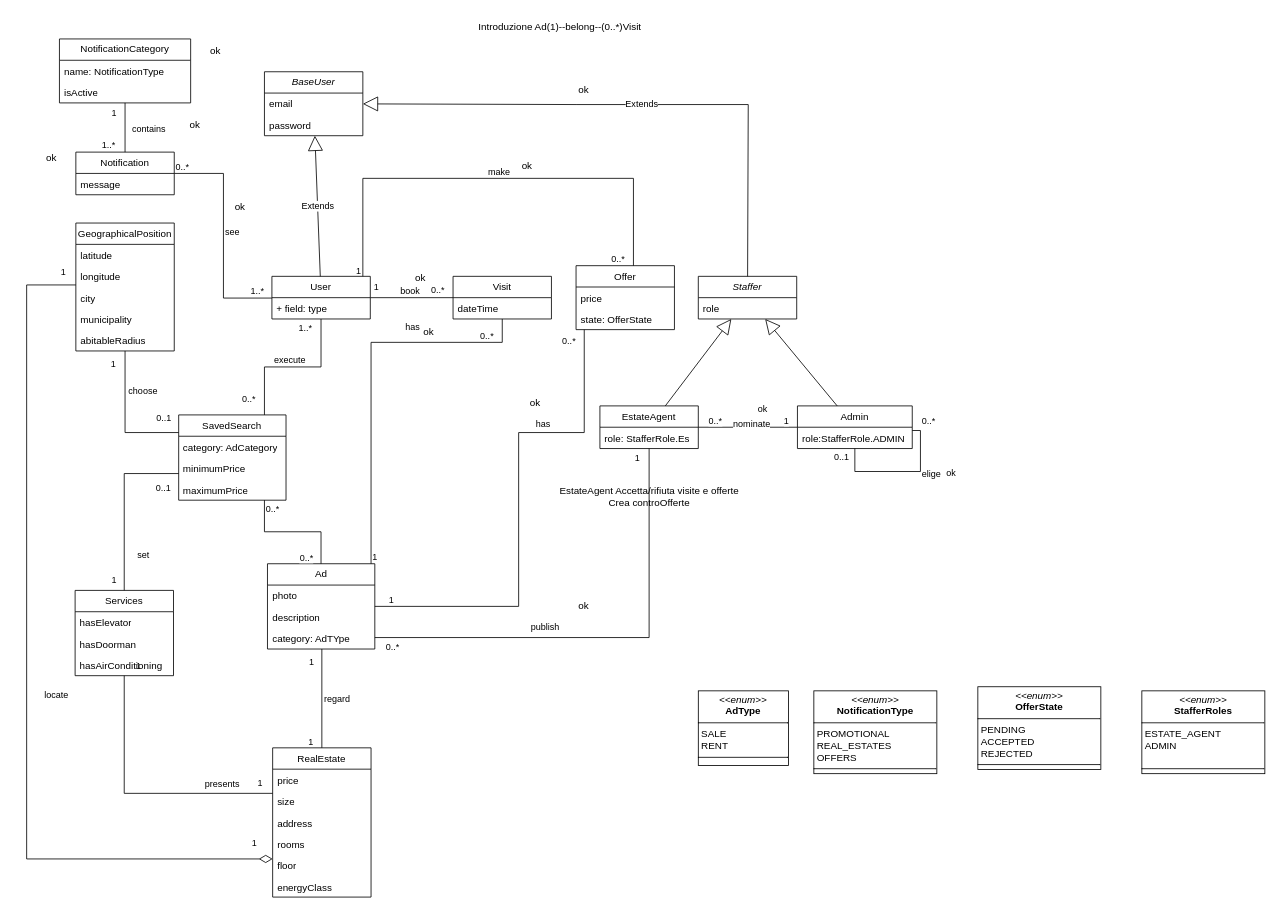
The draw.io diagram page "DomainModelUltimate" (4 of 4) of documentazione/Diagrammi/diagrammi.drawio in PSP-DietiEstates25/DietiEstates25, before the edit. Source tidied: cells renumbered, new cells numbered last; positions are measured from the earlier drawing's top-left corner, leaving out a move shared by most shapes. Both pictures are drawn from the tidied source at 82%, with x=0, y=0 at pixel (26, 14).
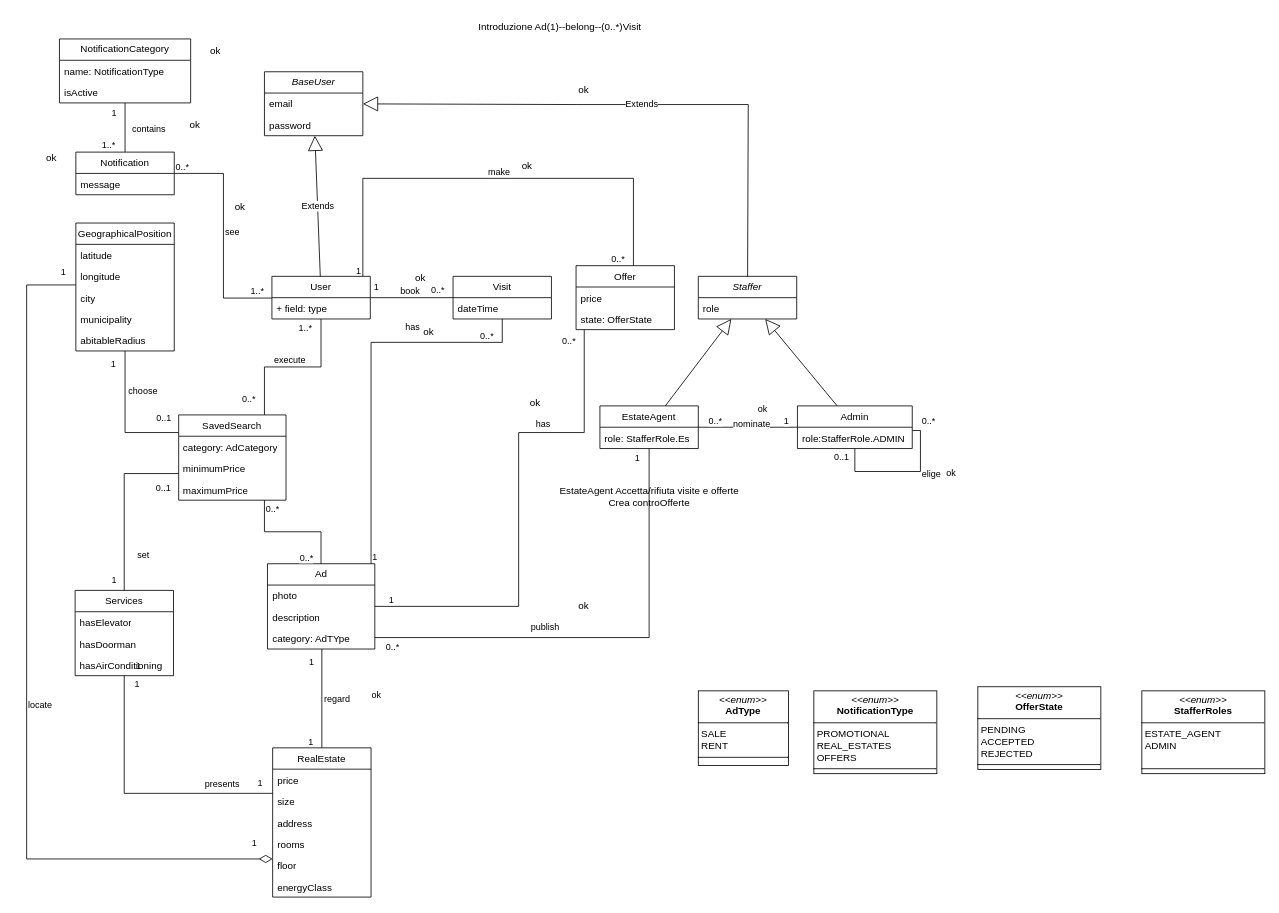
The same diagram, later.

Commit message (it also covers changes not shown here):
Aggiornati diagrammi model

What changed in the source:
```diff
@@
     <mxCell id="88" value="locate" style="edgeLabel;html=1;align=left;verticalAlign=bottom;" parent="1" vertex="1">
-      <mxGeometry x="20" y="838" as="geometry" />
+      <mxGeometry y="850" as="geometry" />
     </mxCell>
@@
+    <mxCell id="132" value="ok" style="edgeLabel;html=1;align=left;verticalAlign=bottom;" parent="1" vertex="1">
+      <mxGeometry x="419.1" y="838" as="geometry" />
+    </mxCell>
+    <mxCell id="133" value="1" style="edgeLabel;html=1;align=left;verticalAlign=bottom;" parent="1" vertex="1">
+      <mxGeometry x="130" y="825" as="geometry" />
+    </mxCell>
```
